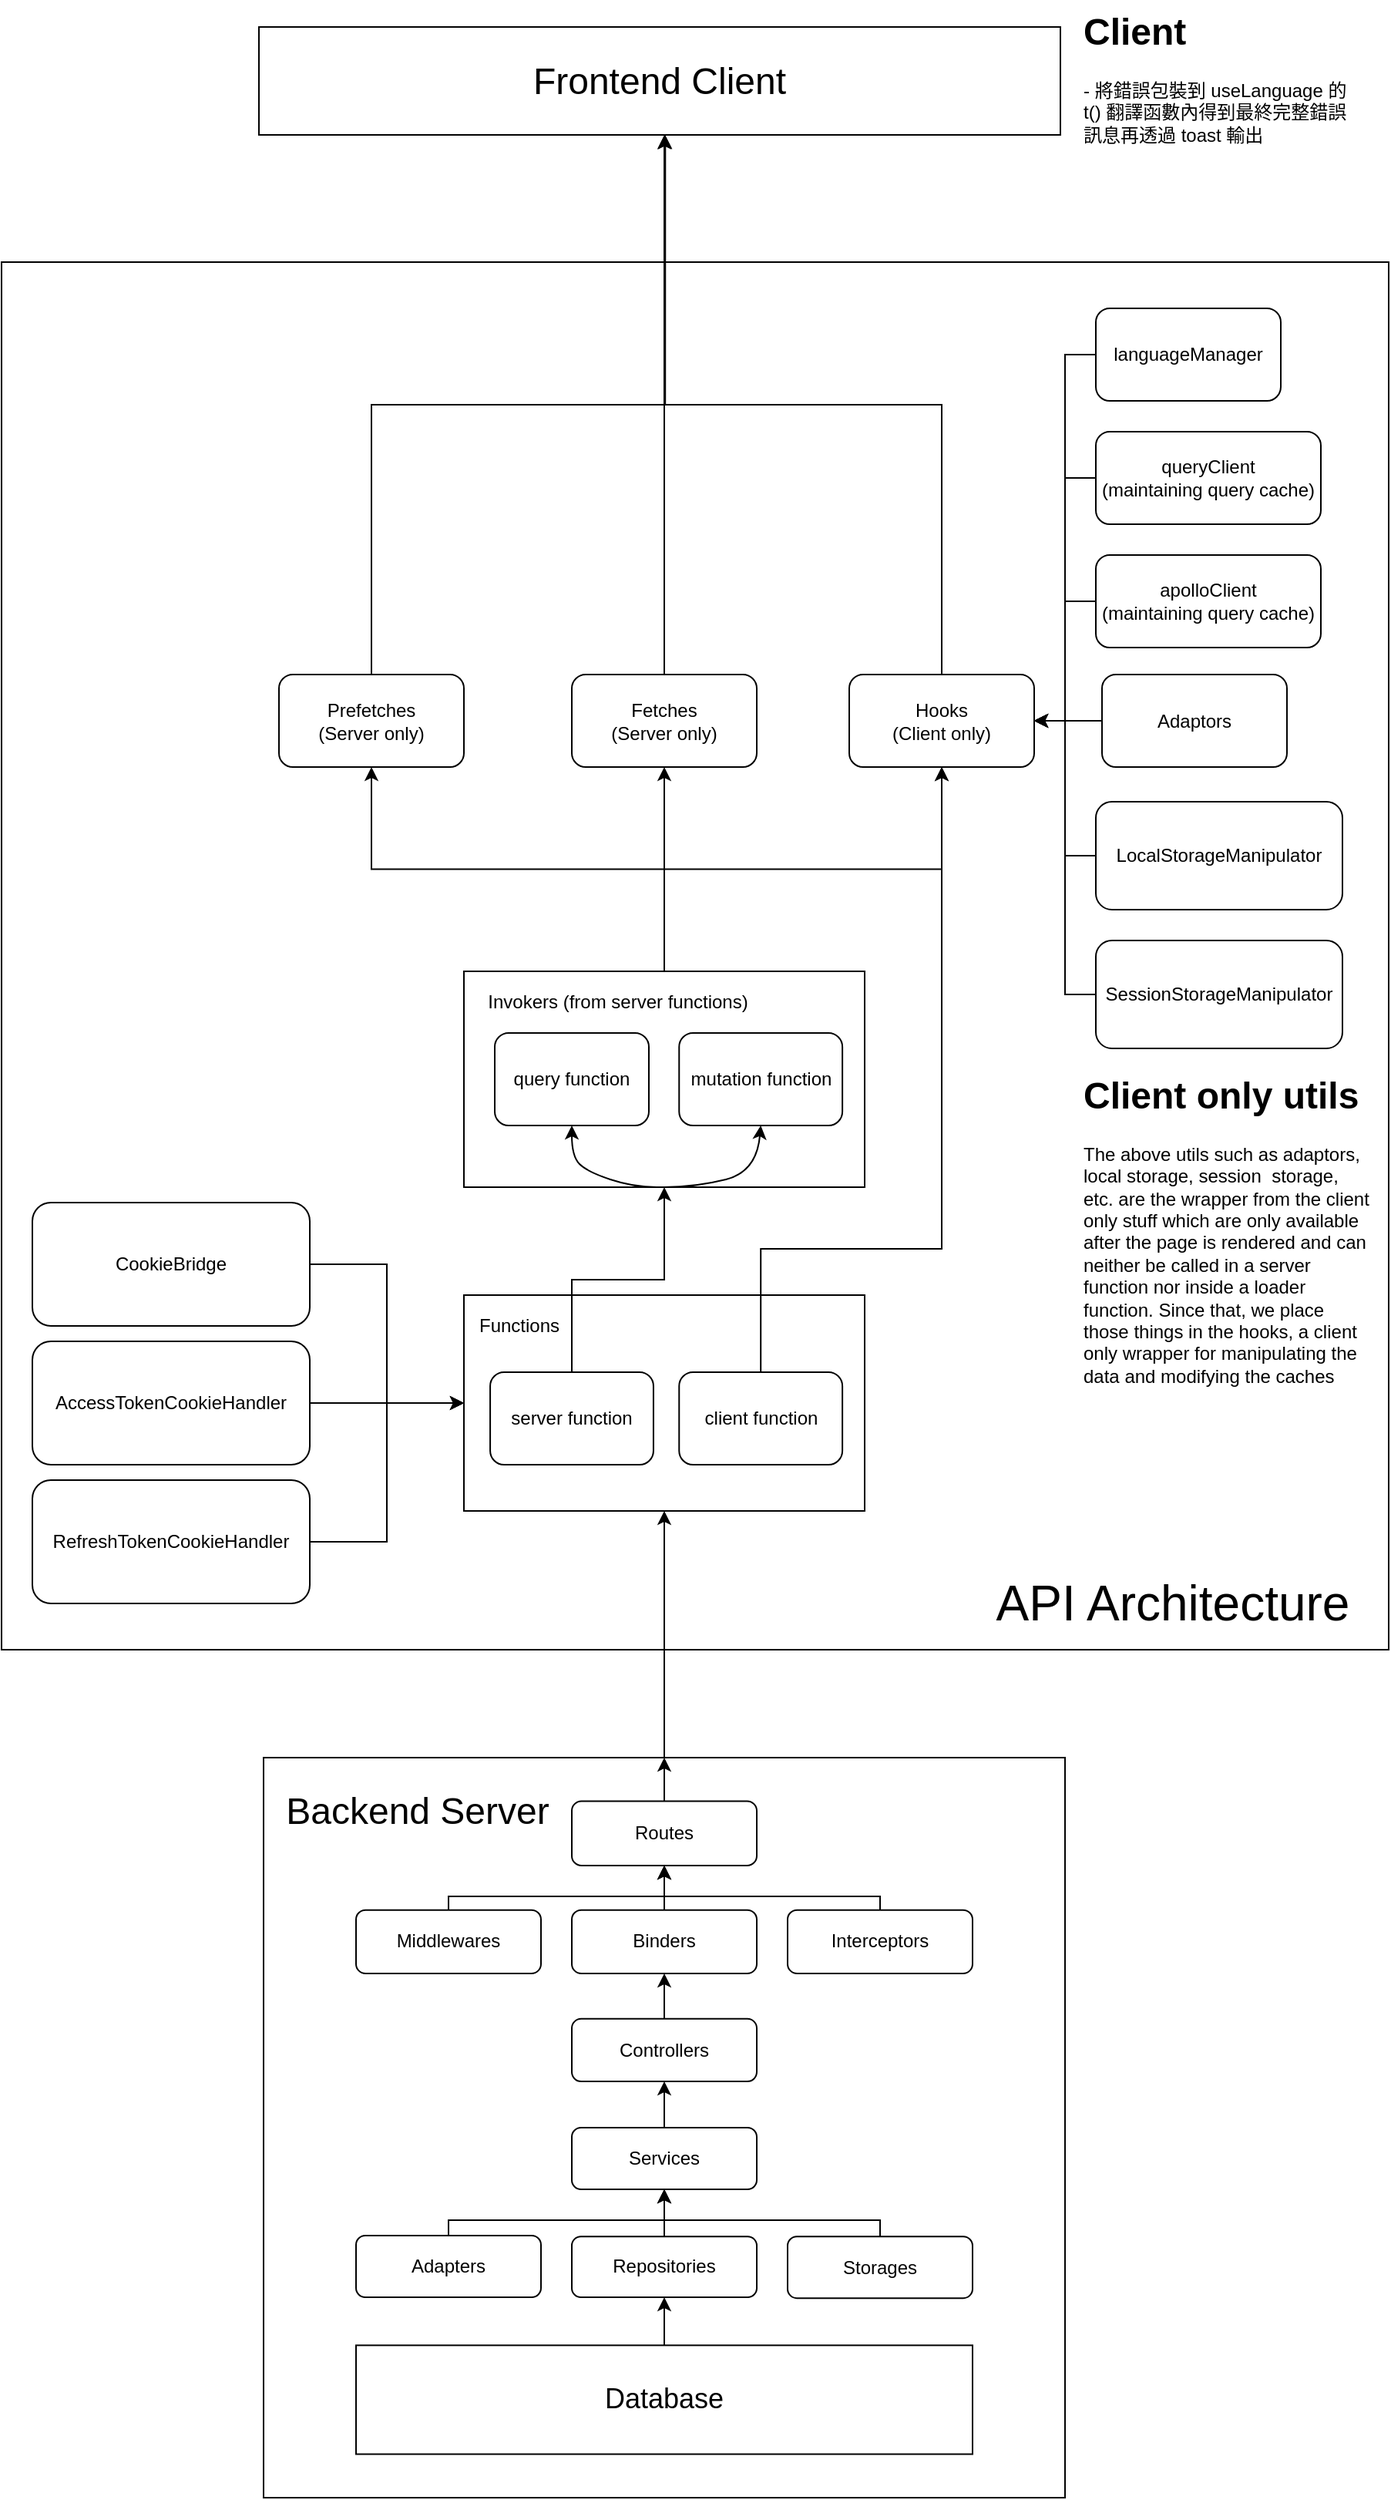
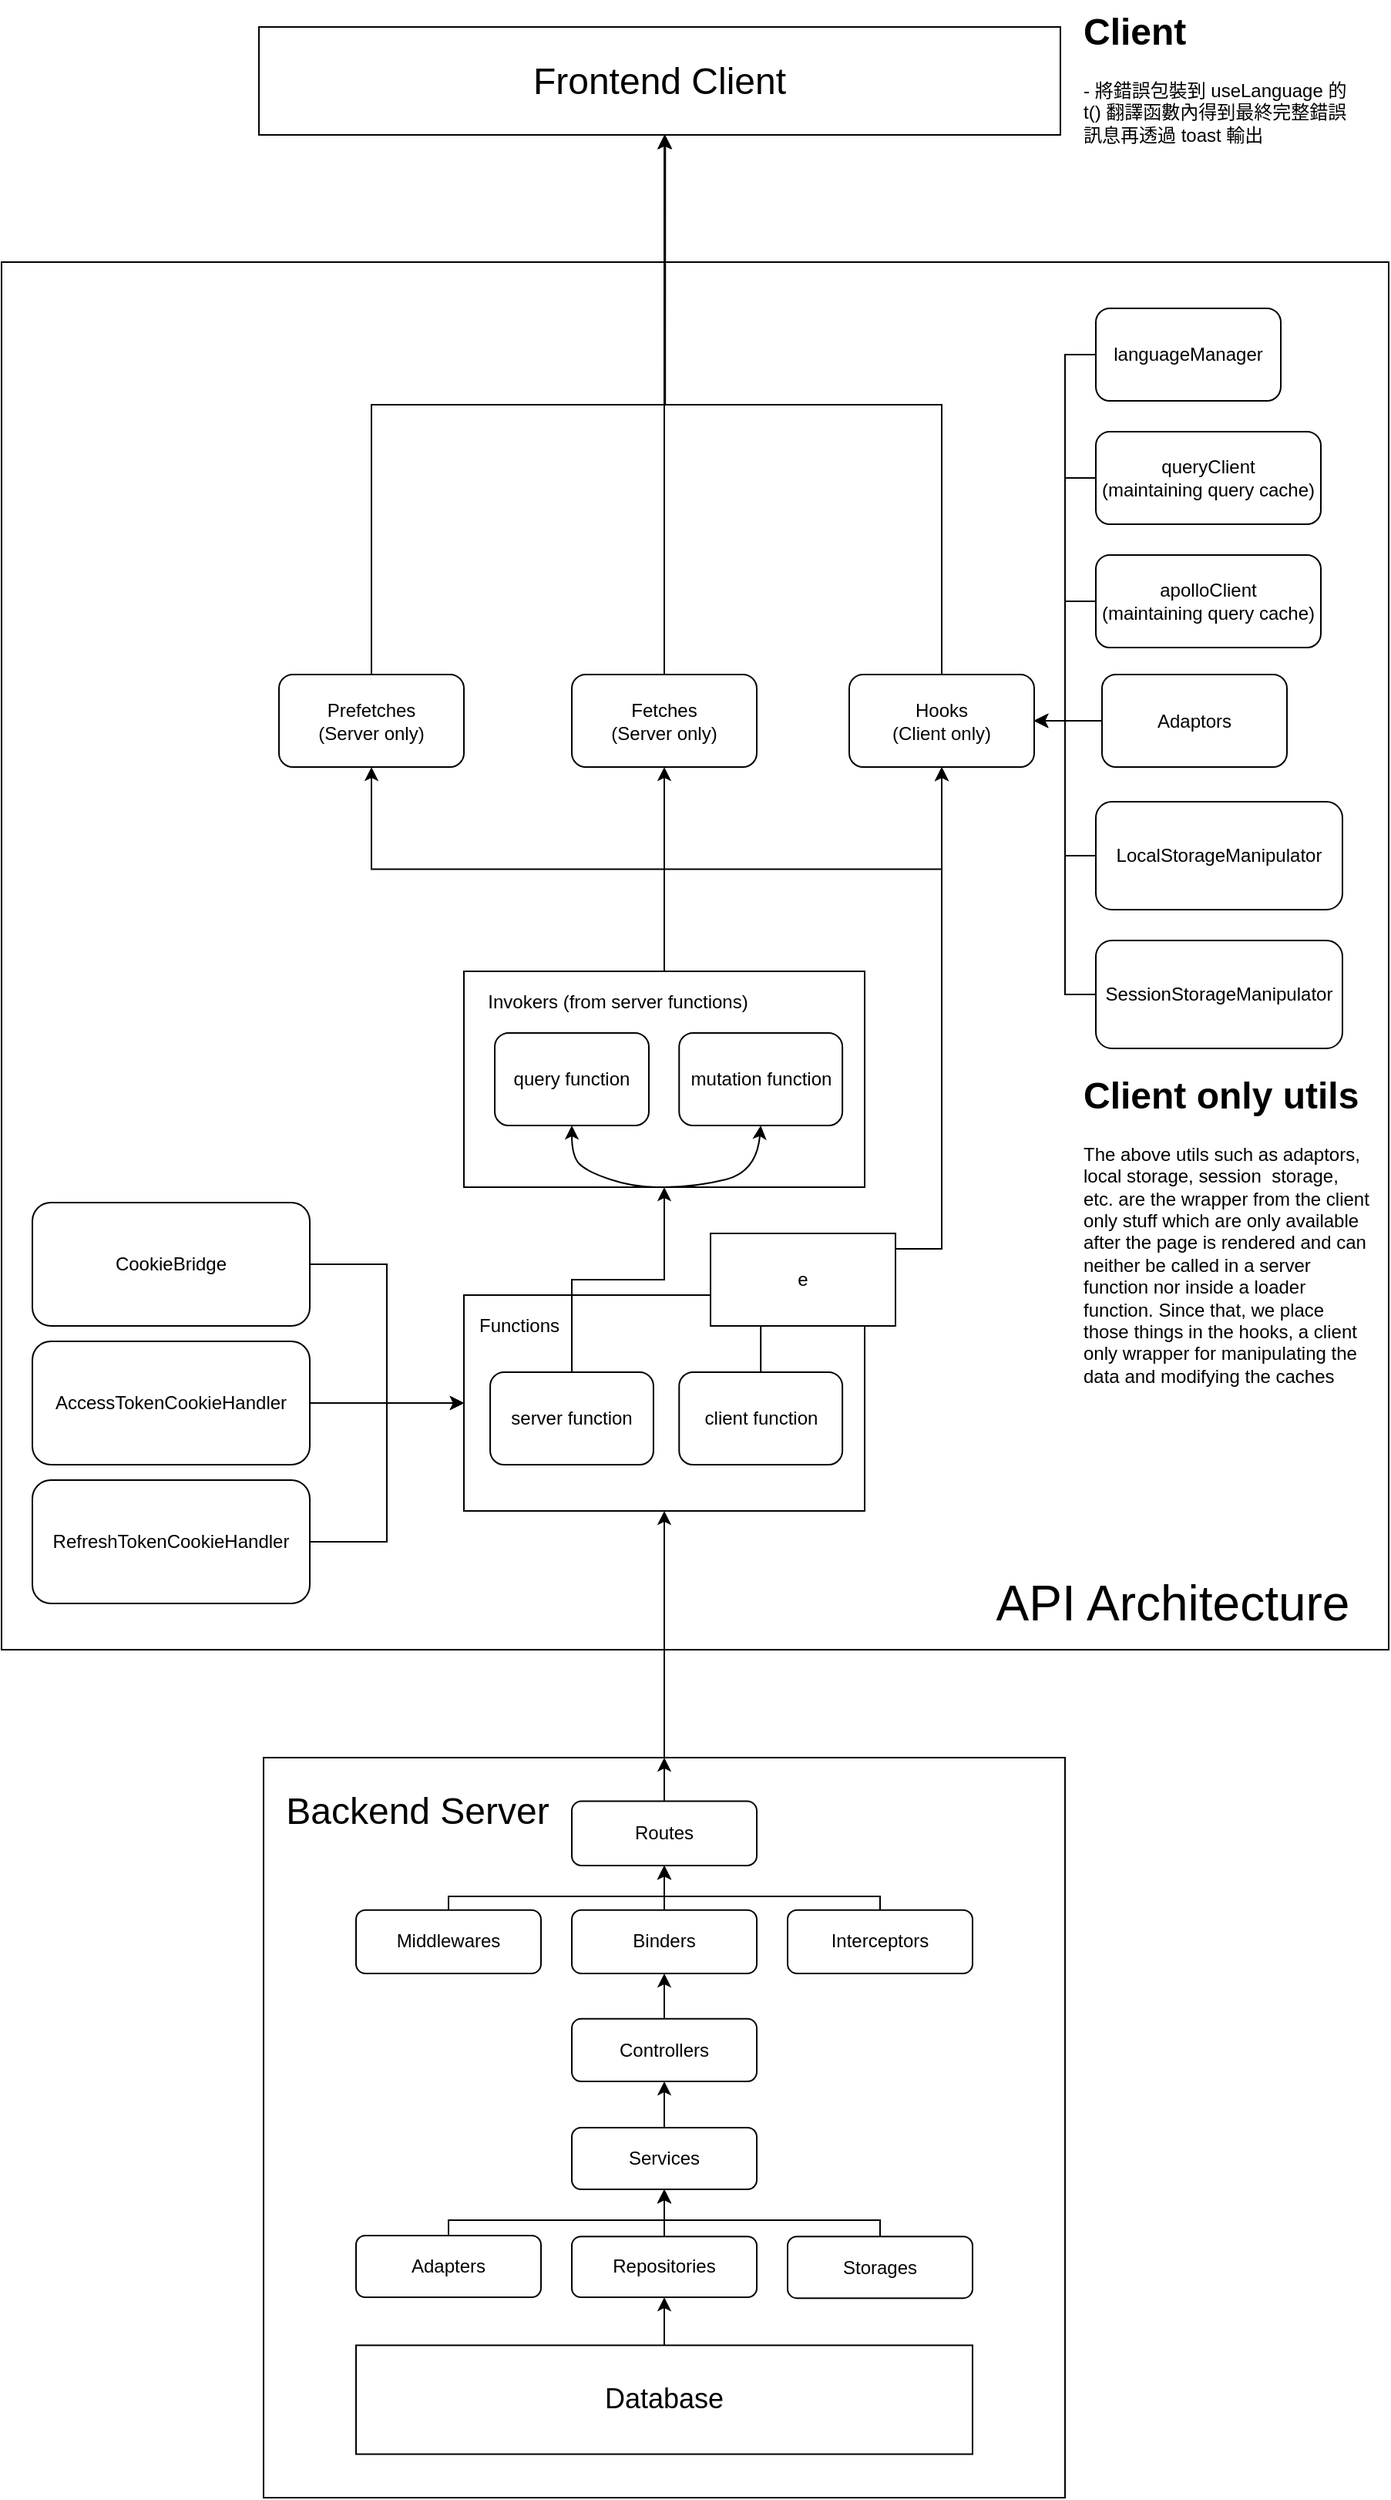
<mxfile host="Electron" agent="Mozilla/5.0 (Macintosh; Intel Mac OS X 10_15_7) AppleWebKit/537.36 (KHTML, like Gecko) draw.io/29.6.6 Chrome/144.0.7559.236 Electron/40.8.4 Safari/537.36">
  <diagram name="第1頁" id="m_Hs1AJgEOYSMR9rUCcY">
-     <mxGraphModel dx="1881" dy="1843" grid="1" gridSize="10" guides="1" tooltips="1" connect="1" arrows="1" fold="1" page="1" pageScale="1" pageWidth="827" pageHeight="1169" math="0" shadow="0">
+     <mxGraphModel dx="1471" dy="1631" grid="1" gridSize="10" guides="1" tooltips="1" connect="1" arrows="1" fold="1" page="1" pageScale="1" pageWidth="827" pageHeight="1169" math="0" shadow="0">
      <root>
        <mxCell id="0" />
        <mxCell id="1" parent="0" />
        <mxCell id="AjWPsFjQNDLMv6rMPjqg-71" parent="1" style="whiteSpace=wrap;html=1;aspect=fixed;fillColor=none;movable=0;resizable=0;rotatable=0;deletable=0;editable=0;locked=1;connectable=0;" value=" " vertex="1">
          <mxGeometry height="900" width="900" x="-60" y="-490" as="geometry" />
        </mxCell>
        <mxCell id="RoSgpbQDArmf0p5dOoAb-4" parent="1" style="rounded=0;whiteSpace=wrap;html=1;" value="&lt;font style=&quot;font-size: 24px;&quot;&gt;Frontend Client&lt;/font&gt;" vertex="1">
          <mxGeometry height="70" width="520" x="107" y="-642.5" as="geometry" />
        </mxCell>
        <mxCell id="RoSgpbQDArmf0p5dOoAb-8" connectable="0" parent="1" style="group" value=" " vertex="1">
          <mxGeometry height="480" width="520" x="110" y="480" as="geometry" />
        </mxCell>
        <mxCell id="RoSgpbQDArmf0p5dOoAb-6" parent="RoSgpbQDArmf0p5dOoAb-8" style="rounded=0;whiteSpace=wrap;html=1;movable=1;resizable=1;rotatable=1;deletable=1;editable=1;locked=0;connectable=1;" value="" vertex="1">
          <mxGeometry height="480.00000000000006" width="520" as="geometry" />
        </mxCell>
        <mxCell id="RoSgpbQDArmf0p5dOoAb-7" parent="RoSgpbQDArmf0p5dOoAb-8" style="text;html=1;whiteSpace=wrap;strokeColor=none;fillColor=none;align=center;verticalAlign=middle;rounded=0;" value="&lt;font style=&quot;font-size: 24px;&quot;&gt;Backend Server&lt;/font&gt;" vertex="1">
          <mxGeometry height="70.59" width="200" as="geometry" />
        </mxCell>
        <mxCell id="RoSgpbQDArmf0p5dOoAb-39" edge="1" parent="RoSgpbQDArmf0p5dOoAb-8" source="RoSgpbQDArmf0p5dOoAb-16" style="edgeStyle=orthogonalEdgeStyle;rounded=0;orthogonalLoop=1;jettySize=auto;html=1;exitX=0.5;exitY=0;exitDx=0;exitDy=0;entryX=0.5;entryY=0;entryDx=0;entryDy=0;" target="RoSgpbQDArmf0p5dOoAb-6">
          <mxGeometry relative="1" as="geometry" />
        </mxCell>
        <mxCell id="RoSgpbQDArmf0p5dOoAb-16" parent="RoSgpbQDArmf0p5dOoAb-8" style="rounded=1;whiteSpace=wrap;html=1;" value="Routes" vertex="1">
          <mxGeometry height="41.76" width="120" x="200" y="28.24" as="geometry" />
        </mxCell>
        <mxCell id="RoSgpbQDArmf0p5dOoAb-36" edge="1" parent="RoSgpbQDArmf0p5dOoAb-8" source="RoSgpbQDArmf0p5dOoAb-17" style="edgeStyle=orthogonalEdgeStyle;rounded=0;orthogonalLoop=1;jettySize=auto;html=1;exitX=0.5;exitY=0;exitDx=0;exitDy=0;entryX=0.5;entryY=1;entryDx=0;entryDy=0;" target="RoSgpbQDArmf0p5dOoAb-16">
          <mxGeometry relative="1" as="geometry" />
        </mxCell>
        <mxCell id="RoSgpbQDArmf0p5dOoAb-17" parent="RoSgpbQDArmf0p5dOoAb-8" style="rounded=1;whiteSpace=wrap;html=1;" value="Binders" vertex="1">
          <mxGeometry height="41.18" width="120" x="200" y="98.82" as="geometry" />
        </mxCell>
        <mxCell id="RoSgpbQDArmf0p5dOoAb-35" edge="1" parent="RoSgpbQDArmf0p5dOoAb-8" source="RoSgpbQDArmf0p5dOoAb-18" style="edgeStyle=orthogonalEdgeStyle;rounded=0;orthogonalLoop=1;jettySize=auto;html=1;exitX=0.5;exitY=0;exitDx=0;exitDy=0;entryX=0.5;entryY=1;entryDx=0;entryDy=0;" target="RoSgpbQDArmf0p5dOoAb-17">
          <mxGeometry relative="1" as="geometry" />
        </mxCell>
        <mxCell id="RoSgpbQDArmf0p5dOoAb-18" parent="RoSgpbQDArmf0p5dOoAb-8" style="rounded=1;whiteSpace=wrap;html=1;" value="Controllers" vertex="1">
          <mxGeometry height="40.59" width="120" x="200" y="169.41" as="geometry" />
        </mxCell>
        <mxCell id="RoSgpbQDArmf0p5dOoAb-34" edge="1" parent="RoSgpbQDArmf0p5dOoAb-8" source="RoSgpbQDArmf0p5dOoAb-19" style="edgeStyle=orthogonalEdgeStyle;rounded=0;orthogonalLoop=1;jettySize=auto;html=1;exitX=0.5;exitY=0;exitDx=0;exitDy=0;entryX=0.5;entryY=1;entryDx=0;entryDy=0;" target="RoSgpbQDArmf0p5dOoAb-18">
          <mxGeometry relative="1" as="geometry" />
        </mxCell>
        <mxCell id="RoSgpbQDArmf0p5dOoAb-19" parent="RoSgpbQDArmf0p5dOoAb-8" style="rounded=1;whiteSpace=wrap;html=1;" value="Services" vertex="1">
          <mxGeometry height="40" width="120" x="200" y="240" as="geometry" />
        </mxCell>
        <mxCell id="RoSgpbQDArmf0p5dOoAb-32" edge="1" parent="RoSgpbQDArmf0p5dOoAb-8" source="RoSgpbQDArmf0p5dOoAb-20" style="edgeStyle=orthogonalEdgeStyle;rounded=0;orthogonalLoop=1;jettySize=auto;html=1;exitX=0.5;exitY=0;exitDx=0;exitDy=0;entryX=0.5;entryY=1;entryDx=0;entryDy=0;" target="RoSgpbQDArmf0p5dOoAb-19">
          <mxGeometry relative="1" as="geometry" />
        </mxCell>
        <mxCell id="RoSgpbQDArmf0p5dOoAb-20" parent="RoSgpbQDArmf0p5dOoAb-8" style="rounded=1;whiteSpace=wrap;html=1;" value="Repositories" vertex="1">
          <mxGeometry height="39.41" width="120" x="200" y="310.59" as="geometry" />
        </mxCell>
        <mxCell id="RoSgpbQDArmf0p5dOoAb-37" edge="1" parent="RoSgpbQDArmf0p5dOoAb-8" source="RoSgpbQDArmf0p5dOoAb-21" style="edgeStyle=orthogonalEdgeStyle;rounded=0;orthogonalLoop=1;jettySize=auto;html=1;exitX=0.5;exitY=0;exitDx=0;exitDy=0;entryX=0.5;entryY=1;entryDx=0;entryDy=0;" target="RoSgpbQDArmf0p5dOoAb-19">
          <mxGeometry relative="1" as="geometry">
            <Array as="points">
              <mxPoint x="120" y="300" />
              <mxPoint x="260" y="300" />
            </Array>
          </mxGeometry>
        </mxCell>
        <mxCell id="RoSgpbQDArmf0p5dOoAb-21" parent="RoSgpbQDArmf0p5dOoAb-8" style="rounded=1;whiteSpace=wrap;html=1;" value="Adapters" vertex="1">
          <mxGeometry height="40" width="120" x="60" y="310" as="geometry" />
        </mxCell>
        <mxCell id="RoSgpbQDArmf0p5dOoAb-42" edge="1" parent="RoSgpbQDArmf0p5dOoAb-8" source="RoSgpbQDArmf0p5dOoAb-22" style="edgeStyle=orthogonalEdgeStyle;rounded=0;orthogonalLoop=1;jettySize=auto;html=1;exitX=0.5;exitY=0;exitDx=0;exitDy=0;entryX=0.5;entryY=1;entryDx=0;entryDy=0;" target="RoSgpbQDArmf0p5dOoAb-16">
          <mxGeometry relative="1" as="geometry">
            <Array as="points">
              <mxPoint x="400" y="90" />
              <mxPoint x="260" y="90" />
            </Array>
          </mxGeometry>
        </mxCell>
        <mxCell id="RoSgpbQDArmf0p5dOoAb-22" parent="RoSgpbQDArmf0p5dOoAb-8" style="rounded=1;whiteSpace=wrap;html=1;" value="Interceptors" vertex="1">
          <mxGeometry height="41.18" width="120" x="340" y="98.82" as="geometry" />
        </mxCell>
        <mxCell id="RoSgpbQDArmf0p5dOoAb-44" edge="1" parent="RoSgpbQDArmf0p5dOoAb-8" source="RoSgpbQDArmf0p5dOoAb-23" style="edgeStyle=orthogonalEdgeStyle;rounded=0;orthogonalLoop=1;jettySize=auto;html=1;exitX=0.5;exitY=0;exitDx=0;exitDy=0;entryX=0.5;entryY=1;entryDx=0;entryDy=0;" target="RoSgpbQDArmf0p5dOoAb-16">
          <mxGeometry relative="1" as="geometry">
            <Array as="points">
              <mxPoint x="120" y="90" />
              <mxPoint x="260" y="90" />
            </Array>
          </mxGeometry>
        </mxCell>
        <mxCell id="RoSgpbQDArmf0p5dOoAb-23" parent="RoSgpbQDArmf0p5dOoAb-8" style="rounded=1;whiteSpace=wrap;html=1;" value="Middlewares" vertex="1">
          <mxGeometry height="41.18" width="120" x="60" y="98.82" as="geometry" />
        </mxCell>
        <mxCell id="RoSgpbQDArmf0p5dOoAb-38" edge="1" parent="RoSgpbQDArmf0p5dOoAb-8" source="RoSgpbQDArmf0p5dOoAb-24" style="edgeStyle=orthogonalEdgeStyle;rounded=0;orthogonalLoop=1;jettySize=auto;html=1;exitX=0.5;exitY=0;exitDx=0;exitDy=0;entryX=0.5;entryY=1;entryDx=0;entryDy=0;" target="RoSgpbQDArmf0p5dOoAb-19">
          <mxGeometry relative="1" as="geometry">
            <Array as="points">
              <mxPoint x="400" y="300" />
              <mxPoint x="260" y="300" />
            </Array>
          </mxGeometry>
        </mxCell>
        <mxCell id="RoSgpbQDArmf0p5dOoAb-24" parent="RoSgpbQDArmf0p5dOoAb-8" style="rounded=1;whiteSpace=wrap;html=1;" value="Storages" vertex="1">
          <mxGeometry height="40" width="120" x="340" y="310.59000000000003" as="geometry" />
        </mxCell>
        <mxCell id="RoSgpbQDArmf0p5dOoAb-31" edge="1" parent="RoSgpbQDArmf0p5dOoAb-8" source="RoSgpbQDArmf0p5dOoAb-25" style="edgeStyle=orthogonalEdgeStyle;rounded=0;orthogonalLoop=1;jettySize=auto;html=1;exitX=0.5;exitY=0;exitDx=0;exitDy=0;entryX=0.5;entryY=1;entryDx=0;entryDy=0;" target="RoSgpbQDArmf0p5dOoAb-20">
          <mxGeometry relative="1" as="geometry" />
        </mxCell>
        <mxCell id="RoSgpbQDArmf0p5dOoAb-25" parent="RoSgpbQDArmf0p5dOoAb-8" style="rounded=0;whiteSpace=wrap;html=1;" value="&lt;font style=&quot;font-size: 18px;&quot;&gt;Database&lt;/font&gt;" vertex="1">
          <mxGeometry height="70.58823529411765" width="400" x="60" y="381.1764705882353" as="geometry" />
        </mxCell>
        <mxCell id="RoSgpbQDArmf0p5dOoAb-52" parent="1" style="text;html=1;whiteSpace=wrap;overflow=hidden;rounded=0;" value="&lt;h1 style=&quot;margin-top: 0px;&quot;&gt;Client&lt;/h1&gt;&lt;div&gt;- 將錯誤包裝到 useLanguage 的 t() 翻譯函數內得到最終完整錯誤訊息再透過 toast 輸出&lt;/div&gt;" vertex="1">
          <mxGeometry height="105" width="180" x="640" y="-660" as="geometry" />
        </mxCell>
        <mxCell id="AjWPsFjQNDLMv6rMPjqg-17" connectable="0" parent="1" style="group" value="" vertex="1">
          <mxGeometry height="140" width="260" x="240" y="-30" as="geometry" />
        </mxCell>
        <mxCell id="AjWPsFjQNDLMv6rMPjqg-31" edge="1" parent="AjWPsFjQNDLMv6rMPjqg-17" source="AjWPsFjQNDLMv6rMPjqg-18" style="edgeStyle=orthogonalEdgeStyle;rounded=0;orthogonalLoop=1;jettySize=auto;html=1;exitX=0.5;exitY=1;exitDx=0;exitDy=0;">
          <mxGeometry relative="1" as="geometry">
            <mxPoint x="130.0538922155689" y="130" as="targetPoint" />
          </mxGeometry>
        </mxCell>
        <mxCell id="AjWPsFjQNDLMv6rMPjqg-38" connectable="0" parent="AjWPsFjQNDLMv6rMPjqg-17" style="group" value="" vertex="1">
          <mxGeometry height="140" width="260" as="geometry" />
        </mxCell>
        <mxCell id="AjWPsFjQNDLMv6rMPjqg-18" parent="AjWPsFjQNDLMv6rMPjqg-38" style="rounded=0;whiteSpace=wrap;html=1;" value=" " vertex="1">
          <mxGeometry height="140" width="260" as="geometry" />
        </mxCell>
        <mxCell id="AjWPsFjQNDLMv6rMPjqg-21" parent="AjWPsFjQNDLMv6rMPjqg-38" style="rounded=1;whiteSpace=wrap;html=1;" value="query function" vertex="1">
          <mxGeometry height="60" width="100" x="20" y="40" as="geometry" />
        </mxCell>
        <mxCell id="AjWPsFjQNDLMv6rMPjqg-36" edge="1" parent="AjWPsFjQNDLMv6rMPjqg-38" source="AjWPsFjQNDLMv6rMPjqg-18" style="curved=1;endArrow=classic;html=1;rounded=0;entryX=0.5;entryY=1;entryDx=0;entryDy=0;exitX=0.5;exitY=1;exitDx=0;exitDy=0;" target="AjWPsFjQNDLMv6rMPjqg-21" value="">
          <mxGeometry height="50" relative="1" width="50" as="geometry">
            <Array as="points">
              <mxPoint x="140" y="140" />
              <mxPoint x="110" y="140" />
              <mxPoint x="80" y="130" />
              <mxPoint x="70" y="120" />
            </Array>
            <mxPoint x="90" y="140" as="sourcePoint" />
            <mxPoint x="140" y="90" as="targetPoint" />
          </mxGeometry>
        </mxCell>
        <mxCell id="AjWPsFjQNDLMv6rMPjqg-37" edge="1" parent="AjWPsFjQNDLMv6rMPjqg-38" source="AjWPsFjQNDLMv6rMPjqg-18" style="curved=1;endArrow=classic;html=1;rounded=0;entryX=0.5;entryY=1;entryDx=0;entryDy=0;exitX=0.5;exitY=1;exitDx=0;exitDy=0;" target="AjWPsFjQNDLMv6rMPjqg-22" value=" ">
          <mxGeometry height="50" relative="1" width="50" as="geometry">
            <Array as="points">
              <mxPoint x="150" y="140" />
              <mxPoint x="190" y="130" />
            </Array>
            <mxPoint x="100" y="140" as="sourcePoint" />
            <mxPoint x="150" y="90" as="targetPoint" />
          </mxGeometry>
        </mxCell>
        <mxCell id="AjWPsFjQNDLMv6rMPjqg-20" parent="AjWPsFjQNDLMv6rMPjqg-38" style="text;html=1;whiteSpace=wrap;strokeColor=none;fillColor=none;align=center;verticalAlign=middle;rounded=0;" value="Invokers (from server functions)" vertex="1">
          <mxGeometry height="40" width="200" as="geometry" />
        </mxCell>
        <mxCell id="AjWPsFjQNDLMv6rMPjqg-22" parent="AjWPsFjQNDLMv6rMPjqg-38" style="rounded=1;whiteSpace=wrap;html=1;" value="mutation function" vertex="1">
          <mxGeometry height="60" width="105.92592592592592" x="139.62962962962962" y="40" as="geometry" />
        </mxCell>
        <mxCell id="AjWPsFjQNDLMv6rMPjqg-23" edge="1" parent="1" source="RoSgpbQDArmf0p5dOoAb-6" style="edgeStyle=orthogonalEdgeStyle;rounded=0;orthogonalLoop=1;jettySize=auto;html=1;exitX=0.5;exitY=0;exitDx=0;exitDy=0;entryX=0.5;entryY=1;entryDx=0;entryDy=0;" target="AjWPsFjQNDLMv6rMPjqg-3">
          <mxGeometry relative="1" as="geometry" />
        </mxCell>
        <mxCell id="AjWPsFjQNDLMv6rMPjqg-41" connectable="0" parent="1" style="group" value="" vertex="1">
          <mxGeometry height="140" width="260" x="240" y="180" as="geometry" />
        </mxCell>
        <mxCell id="AjWPsFjQNDLMv6rMPjqg-39" connectable="0" parent="AjWPsFjQNDLMv6rMPjqg-41" style="group" value="" vertex="1">
          <mxGeometry height="140" width="260" as="geometry" />
        </mxCell>
        <mxCell id="AjWPsFjQNDLMv6rMPjqg-3" parent="AjWPsFjQNDLMv6rMPjqg-39" style="rounded=0;whiteSpace=wrap;html=1;" value="" vertex="1">
          <mxGeometry height="140" width="260" as="geometry" />
        </mxCell>
        <mxCell id="AjWPsFjQNDLMv6rMPjqg-5" parent="AjWPsFjQNDLMv6rMPjqg-39" style="rounded=1;whiteSpace=wrap;html=1;" value="server function" vertex="1">
          <mxGeometry height="60" width="105.93" x="17.04000000000002" y="50" as="geometry" />
        </mxCell>
        <mxCell id="AjWPsFjQNDLMv6rMPjqg-4" parent="AjWPsFjQNDLMv6rMPjqg-39" style="text;html=1;whiteSpace=wrap;strokeColor=none;fillColor=none;align=center;verticalAlign=middle;rounded=0;" value="Functions" vertex="1">
          <mxGeometry height="40" width="72.22222222222221" as="geometry" />
        </mxCell>
        <mxCell id="AjWPsFjQNDLMv6rMPjqg-6" parent="AjWPsFjQNDLMv6rMPjqg-39" style="rounded=1;whiteSpace=wrap;html=1;" value="client function" vertex="1">
          <mxGeometry height="60" width="105.92592592592592" x="139.62962962962962" y="50" as="geometry" />
        </mxCell>
        <mxCell id="AjWPsFjQNDLMv6rMPjqg-40" edge="1" parent="AjWPsFjQNDLMv6rMPjqg-41" source="AjWPsFjQNDLMv6rMPjqg-5" style="edgeStyle=orthogonalEdgeStyle;rounded=0;orthogonalLoop=1;jettySize=auto;html=1;exitX=0.5;exitY=0;exitDx=0;exitDy=0;entryX=0.5;entryY=1;entryDx=0;entryDy=0;" target="AjWPsFjQNDLMv6rMPjqg-18">
          <mxGeometry relative="1" as="geometry" />
        </mxCell>
        <mxCell id="AjWPsFjQNDLMv6rMPjqg-42" parent="1" style="rounded=1;whiteSpace=wrap;html=1;" value="Hooks&lt;div&gt;(Client only)&lt;/div&gt;" vertex="1">
          <mxGeometry height="60" width="120" x="490" y="-222.5" as="geometry" />
        </mxCell>
        <mxCell id="AjWPsFjQNDLMv6rMPjqg-43" parent="1" style="rounded=1;whiteSpace=wrap;html=1;" value="Fetches&lt;div&gt;(Server only)&lt;/div&gt;" vertex="1">
          <mxGeometry height="60" width="120" x="310" y="-222.5" as="geometry" />
        </mxCell>
        <mxCell id="AjWPsFjQNDLMv6rMPjqg-44" parent="1" style="rounded=1;whiteSpace=wrap;html=1;" value="Prefetches&lt;div&gt;(Server only)&lt;/div&gt;" vertex="1">
          <mxGeometry height="60" width="120" x="120" y="-222.5" as="geometry" />
        </mxCell>
        <mxCell id="AjWPsFjQNDLMv6rMPjqg-50" edge="1" parent="1" source="AjWPsFjQNDLMv6rMPjqg-18" style="edgeStyle=orthogonalEdgeStyle;rounded=0;orthogonalLoop=1;jettySize=auto;html=1;exitX=0.5;exitY=0;exitDx=0;exitDy=0;entryX=0.5;entryY=1;entryDx=0;entryDy=0;" target="AjWPsFjQNDLMv6rMPjqg-42">
          <mxGeometry relative="1" as="geometry" />
        </mxCell>
        <mxCell id="AjWPsFjQNDLMv6rMPjqg-51" edge="1" parent="1" source="AjWPsFjQNDLMv6rMPjqg-18" style="edgeStyle=orthogonalEdgeStyle;rounded=0;orthogonalLoop=1;jettySize=auto;html=1;exitX=0.5;exitY=0;exitDx=0;exitDy=0;entryX=0.5;entryY=1;entryDx=0;entryDy=0;" target="AjWPsFjQNDLMv6rMPjqg-43">
          <mxGeometry relative="1" as="geometry" />
        </mxCell>
        <mxCell id="AjWPsFjQNDLMv6rMPjqg-52" edge="1" parent="1" source="AjWPsFjQNDLMv6rMPjqg-18" style="edgeStyle=orthogonalEdgeStyle;rounded=0;orthogonalLoop=1;jettySize=auto;html=1;exitX=0.5;exitY=0;exitDx=0;exitDy=0;entryX=0.5;entryY=1;entryDx=0;entryDy=0;" target="AjWPsFjQNDLMv6rMPjqg-44">
          <mxGeometry relative="1" as="geometry" />
        </mxCell>
        <mxCell id="AjWPsFjQNDLMv6rMPjqg-57" edge="1" parent="1" source="AjWPsFjQNDLMv6rMPjqg-54" style="edgeStyle=orthogonalEdgeStyle;rounded=0;orthogonalLoop=1;jettySize=auto;html=1;exitX=0;exitY=0.5;exitDx=0;exitDy=0;entryX=1;entryY=0.5;entryDx=0;entryDy=0;" target="AjWPsFjQNDLMv6rMPjqg-42">
          <mxGeometry relative="1" as="geometry" />
        </mxCell>
        <mxCell id="AjWPsFjQNDLMv6rMPjqg-54" parent="1" style="rounded=1;whiteSpace=wrap;html=1;" value="Adaptors" vertex="1">
          <mxGeometry height="60" width="120" x="654" y="-222.5" as="geometry" />
        </mxCell>
        <mxCell id="AjWPsFjQNDLMv6rMPjqg-58" edge="1" parent="1" source="AjWPsFjQNDLMv6rMPjqg-55" style="edgeStyle=orthogonalEdgeStyle;rounded=0;orthogonalLoop=1;jettySize=auto;html=1;exitX=0;exitY=0.5;exitDx=0;exitDy=0;entryX=1;entryY=0.5;entryDx=0;entryDy=0;" target="AjWPsFjQNDLMv6rMPjqg-42">
          <mxGeometry relative="1" as="geometry" />
        </mxCell>
        <mxCell id="AjWPsFjQNDLMv6rMPjqg-55" parent="1" style="rounded=1;whiteSpace=wrap;html=1;" value="LocalStorageManipulator" vertex="1">
          <mxGeometry height="70" width="160" x="650" y="-140" as="geometry" />
        </mxCell>
        <mxCell id="AjWPsFjQNDLMv6rMPjqg-59" edge="1" parent="1" source="AjWPsFjQNDLMv6rMPjqg-56" style="edgeStyle=orthogonalEdgeStyle;rounded=0;orthogonalLoop=1;jettySize=auto;html=1;exitX=0;exitY=0.5;exitDx=0;exitDy=0;entryX=1;entryY=0.5;entryDx=0;entryDy=0;" target="AjWPsFjQNDLMv6rMPjqg-42">
          <mxGeometry relative="1" as="geometry" />
        </mxCell>
        <mxCell id="AjWPsFjQNDLMv6rMPjqg-56" parent="1" style="rounded=1;whiteSpace=wrap;html=1;" value="SessionStorageManipulator" vertex="1">
          <mxGeometry height="70" width="160" x="650" y="-50" as="geometry" />
        </mxCell>
        <mxCell id="AjWPsFjQNDLMv6rMPjqg-60" edge="1" parent="1" source="AjWPsFjQNDLMv6rMPjqg-43" style="edgeStyle=orthogonalEdgeStyle;rounded=0;orthogonalLoop=1;jettySize=auto;html=1;exitX=0.5;exitY=0;exitDx=0;exitDy=0;entryX=0.506;entryY=0.998;entryDx=0;entryDy=0;entryPerimeter=0;" target="RoSgpbQDArmf0p5dOoAb-4">
          <mxGeometry relative="1" as="geometry" />
        </mxCell>
        <mxCell id="AjWPsFjQNDLMv6rMPjqg-61" edge="1" parent="1" source="AjWPsFjQNDLMv6rMPjqg-44" style="edgeStyle=orthogonalEdgeStyle;rounded=0;orthogonalLoop=1;jettySize=auto;html=1;exitX=0.5;exitY=0;exitDx=0;exitDy=0;entryX=0.506;entryY=1.004;entryDx=0;entryDy=0;entryPerimeter=0;" target="RoSgpbQDArmf0p5dOoAb-4">
          <mxGeometry relative="1" as="geometry" />
        </mxCell>
        <mxCell id="AjWPsFjQNDLMv6rMPjqg-62" edge="1" parent="1" source="AjWPsFjQNDLMv6rMPjqg-42" style="edgeStyle=orthogonalEdgeStyle;rounded=0;orthogonalLoop=1;jettySize=auto;html=1;exitX=0.5;exitY=0;exitDx=0;exitDy=0;entryX=0.507;entryY=1.001;entryDx=0;entryDy=0;entryPerimeter=0;" target="RoSgpbQDArmf0p5dOoAb-4">
          <mxGeometry relative="1" as="geometry" />
        </mxCell>
        <mxCell id="AjWPsFjQNDLMv6rMPjqg-74" parent="1" style="text;html=1;whiteSpace=wrap;overflow=hidden;rounded=0;" value="&lt;h1 style=&quot;margin-top: 0px;&quot;&gt;Client only utils&lt;/h1&gt;&lt;div&gt;The above utils such as adaptors, local storage, session&amp;nbsp; storage, etc. are the wrapper from the client only stuff which are only available after the page is rendered and can neither be called in a server function nor inside a loader function. Since that, we place those things in the hooks, a client only wrapper for manipulating the data and modifying the caches&lt;/div&gt;" vertex="1">
          <mxGeometry height="220" width="190" x="640" y="30" as="geometry" />
        </mxCell>
        <mxCell id="AjWPsFjQNDLMv6rMPjqg-73" parent="1" style="text;html=1;whiteSpace=wrap;strokeColor=none;fillColor=none;align=center;verticalAlign=middle;rounded=0;" value="&lt;span style=&quot;font-size: 32px;&quot;&gt;API Architecture&lt;/span&gt;" vertex="1">
          <mxGeometry height="60" width="280" x="560" y="350" as="geometry" />
        </mxCell>
        <mxCell id="AjWPsFjQNDLMv6rMPjqg-84" edge="1" parent="1" source="AjWPsFjQNDLMv6rMPjqg-75" style="edgeStyle=orthogonalEdgeStyle;rounded=0;orthogonalLoop=1;jettySize=auto;html=1;exitX=1;exitY=0.5;exitDx=0;exitDy=0;entryX=0;entryY=0.5;entryDx=0;entryDy=0;" target="AjWPsFjQNDLMv6rMPjqg-3">
          <mxGeometry relative="1" as="geometry" />
        </mxCell>
        <mxCell id="AjWPsFjQNDLMv6rMPjqg-75" parent="1" style="rounded=1;whiteSpace=wrap;html=1;" value="AccessTokenCookieHandler" vertex="1">
          <mxGeometry height="80" width="180" x="-40" y="210" as="geometry" />
        </mxCell>
        <mxCell id="AjWPsFjQNDLMv6rMPjqg-85" edge="1" parent="1" source="AjWPsFjQNDLMv6rMPjqg-77" style="edgeStyle=orthogonalEdgeStyle;rounded=0;orthogonalLoop=1;jettySize=auto;html=1;exitX=1;exitY=0.5;exitDx=0;exitDy=0;entryX=0;entryY=0.5;entryDx=0;entryDy=0;" target="AjWPsFjQNDLMv6rMPjqg-3">
          <mxGeometry relative="1" as="geometry" />
        </mxCell>
        <mxCell id="AjWPsFjQNDLMv6rMPjqg-77" parent="1" style="rounded=1;whiteSpace=wrap;html=1;" value="RefreshTokenCookieHandler" vertex="1">
          <mxGeometry height="80" width="180" x="-40" y="300" as="geometry" />
        </mxCell>
        <mxCell id="AjWPsFjQNDLMv6rMPjqg-82" edge="1" parent="1" source="AjWPsFjQNDLMv6rMPjqg-78" style="edgeStyle=orthogonalEdgeStyle;rounded=0;orthogonalLoop=1;jettySize=auto;html=1;exitX=1;exitY=0.5;exitDx=0;exitDy=0;entryX=0;entryY=0.5;entryDx=0;entryDy=0;" target="AjWPsFjQNDLMv6rMPjqg-3">
          <mxGeometry relative="1" as="geometry" />
        </mxCell>
        <mxCell id="AjWPsFjQNDLMv6rMPjqg-78" parent="1" style="rounded=1;whiteSpace=wrap;html=1;" value="CookieBridge" vertex="1">
          <mxGeometry height="80" width="180" x="-40" y="120" as="geometry" />
        </mxCell>
        <mxCell id="AjWPsFjQNDLMv6rMPjqg-89" edge="1" parent="1" source="AjWPsFjQNDLMv6rMPjqg-86" style="edgeStyle=orthogonalEdgeStyle;rounded=0;orthogonalLoop=1;jettySize=auto;html=1;exitX=0;exitY=0.5;exitDx=0;exitDy=0;entryX=1;entryY=0.5;entryDx=0;entryDy=0;" target="AjWPsFjQNDLMv6rMPjqg-42">
          <mxGeometry relative="1" as="geometry" />
        </mxCell>
        <mxCell id="AjWPsFjQNDLMv6rMPjqg-86" parent="1" style="rounded=1;whiteSpace=wrap;html=1;" value="languageManager" vertex="1">
          <mxGeometry height="60" width="120" x="650" y="-460" as="geometry" />
        </mxCell>
        <mxCell id="AjWPsFjQNDLMv6rMPjqg-91" edge="1" parent="1" source="AjWPsFjQNDLMv6rMPjqg-87" style="edgeStyle=orthogonalEdgeStyle;rounded=0;orthogonalLoop=1;jettySize=auto;html=1;exitX=0;exitY=0.5;exitDx=0;exitDy=0;entryX=1;entryY=0.5;entryDx=0;entryDy=0;" target="AjWPsFjQNDLMv6rMPjqg-42">
          <mxGeometry relative="1" as="geometry" />
        </mxCell>
        <mxCell id="AjWPsFjQNDLMv6rMPjqg-87" parent="1" style="rounded=1;whiteSpace=wrap;html=1;" value="queryClient&lt;br&gt;(maintaining query cache)" vertex="1">
          <mxGeometry height="60" width="146" x="650" y="-380" as="geometry" />
        </mxCell>
        <mxCell id="AjWPsFjQNDLMv6rMPjqg-92" edge="1" parent="1" source="AjWPsFjQNDLMv6rMPjqg-88" style="edgeStyle=orthogonalEdgeStyle;rounded=0;orthogonalLoop=1;jettySize=auto;html=1;exitX=0;exitY=0.5;exitDx=0;exitDy=0;entryX=1;entryY=0.5;entryDx=0;entryDy=0;" target="AjWPsFjQNDLMv6rMPjqg-42">
          <mxGeometry relative="1" as="geometry" />
        </mxCell>
        <mxCell id="AjWPsFjQNDLMv6rMPjqg-88" parent="1" style="rounded=1;whiteSpace=wrap;html=1;" value="apolloClient&lt;br&gt;(maintaining query cache)" vertex="1">
          <mxGeometry height="60" width="146" x="650" y="-300" as="geometry" />
        </mxCell>
        <mxCell id="AjWPsFjQNDLMv6rMPjqg-93" edge="1" parent="1" source="AjWPsFjQNDLMv6rMPjqg-6" style="edgeStyle=orthogonalEdgeStyle;rounded=0;orthogonalLoop=1;jettySize=auto;html=1;exitX=0.5;exitY=0;exitDx=0;exitDy=0;entryX=0.5;entryY=1;entryDx=0;entryDy=0;" target="AjWPsFjQNDLMv6rMPjqg-42">
          <mxGeometry relative="1" as="geometry">
            <Array as="points">
              <mxPoint x="433" y="150" />
              <mxPoint x="550" y="150" />
            </Array>
          </mxGeometry>
        </mxCell>
+         <mxCell id="AjWPsFjQNDLMv6rMPjqg-94" parent="1" style="whiteSpace=wrap;html=1;" value="e" vertex="1">
+           <mxGeometry height="60" width="120" x="400" y="140" as="geometry" />
+         </mxCell>
      </root>
    </mxGraphModel>
  </diagram>
</mxfile>
